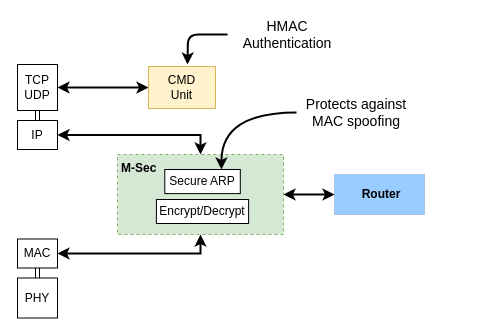
Before: page "M-Sec" (2 of 3) of docs/figures/net_stack.drawio in mido3ds/C4IAN, a draw.io diagram. Source tidied: cells renumbered, new cells numbered last; positions are measured from the earlier drawing's top-left corner, leaving out a move shared by most shapes. Both pictures are drawn from the tidied source at 100%, with x=0, y=0 at pixel (17, 24).
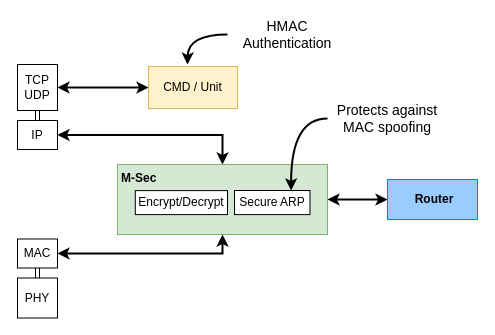
Above is the later version.

Unchanged cells that the change refers to:
```xml
<mxCell id="19" value="&lt;font style=&quot;font-size: 14px&quot;&gt;HMAC Authentication&lt;/font&gt;" style="text;html=1;strokeColor=none;fillColor=none;align=center;verticalAlign=middle;whiteSpace=wrap;rounded=0;" parent="1" vertex="1">
  <mxGeometry x="210" width="120" height="20" as="geometry" />
</mxCell>
```

Change to the diagram source:
```diff
@@
-    <mxCell id="10" value="Router" style="rounded=0;whiteSpace=wrap;html=1;verticalAlign=middle;align=center;fontStyle=1;fontSize=12;spacingTop=0;spacingLeft=4;fillColor=#99CCFF;spacingBottom=1;strokeColor=#A9C4EB;" parent="1" vertex="1">
-      <mxGeometry x="317" y="150" width="90" height="40" as="geometry" />
+    <mxCell id="10" value="Router" style="rounded=0;whiteSpace=wrap;html=1;verticalAlign=middle;align=center;fontStyle=1;fontSize=12;spacingTop=0;spacingLeft=4;fillColor=#99CCFF;spacingBottom=1;strokeColor=#007FFF;" parent="1" vertex="1">
+      <mxGeometry x="370" y="155" width="90" height="40" as="geometry" />
     </mxCell>
@@
     <mxCell id="12" value="&lt;font style=&quot;font-size: 14px&quot;&gt;Protects against MAC spoofing&lt;/font&gt;" style="text;html=1;strokeColor=none;fillColor=none;align=center;verticalAlign=middle;whiteSpace=wrap;rounded=0;" parent="1" vertex="1">
-      <mxGeometry x="279" y="78" width="120" height="20" as="geometry" />
+      <mxGeometry x="310" y="84" width="120" height="20" as="geometry" />
     </mxCell>
-    <mxCell id="13" value="M-Sec" style="rounded=0;whiteSpace=wrap;html=1;verticalAlign=top;align=left;dashed=1;fontStyle=1;fontSize=12;fillColor=#d5e8d4;strokeColor=#82b366;spacingLeft=2;" parent="1" vertex="1">
-      <mxGeometry x="100" y="130" width="166" height="80" as="geometry" />
+    <mxCell id="13" value="M-Sec" style="rounded=0;whiteSpace=wrap;html=1;verticalAlign=top;align=left;fontStyle=1;fontSize=12;fillColor=#d5e8d4;strokeColor=#82b366;spacingLeft=2;" parent="1" vertex="1">
+      <mxGeometry x="100" y="140" width="210" height="70" as="geometry" />
     </mxCell>
     <mxCell id="14" value="Encrypt/Decrypt" style="rounded=0;whiteSpace=wrap;html=1;align=center;" parent="1" vertex="1">
-      <mxGeometry x="138.9" y="175" width="92.2" height="24" as="geometry" />
+      <mxGeometry x="117.8" y="166.1" width="92.2" height="24" as="geometry" />
     </mxCell>
     <mxCell id="15" value="Secure ARP" style="rounded=0;whiteSpace=wrap;html=1;align=center;" parent="1" vertex="1">
-      <mxGeometry x="147.3" y="145" width="75.5" height="24.1" as="geometry" />
+      <mxGeometry x="217" y="166" width="75.5" height="24.1" as="geometry" />
     </mxCell>
@@
-    <mxCell id="17" value="CMD&lt;br&gt;Unit" style="rounded=0;whiteSpace=wrap;html=1;fillColor=#fff2cc;strokeColor=#d6b656;" parent="1" vertex="1">
-      <mxGeometry x="131" y="42" width="67" height="42" as="geometry" />
+    <mxCell id="17" value="CMD / Unit" style="rounded=0;whiteSpace=wrap;html=1;fillColor=#fff2cc;strokeColor=#d6b656;" parent="1" vertex="1">
+      <mxGeometry x="131" y="42" width="89" height="42" as="geometry" />
     </mxCell>
-    <mxCell id="18" style="edgeStyle=orthogonalEdgeStyle;jettySize=auto;html=1;exitX=0;exitY=0.5;exitDx=0;exitDy=0;startArrow=none;startFill=0;strokeWidth=2;endArrow=classic;endFill=1;rounded=1;" parent="1" edge="1" source="19">
+    <mxCell id="18" style="edgeStyle=orthogonalEdgeStyle;jettySize=auto;html=1;exitX=0;exitY=0.5;exitDx=0;exitDy=0;startArrow=none;startFill=0;strokeWidth=2;endArrow=classic;endFill=1;curved=1;" parent="1" edge="1" source="19">
       <mxGeometry relative="1" as="geometry">
         <mxPoint x="170" y="40" as="targetPoint" />
       </mxGeometry>
     </mxCell>
```
